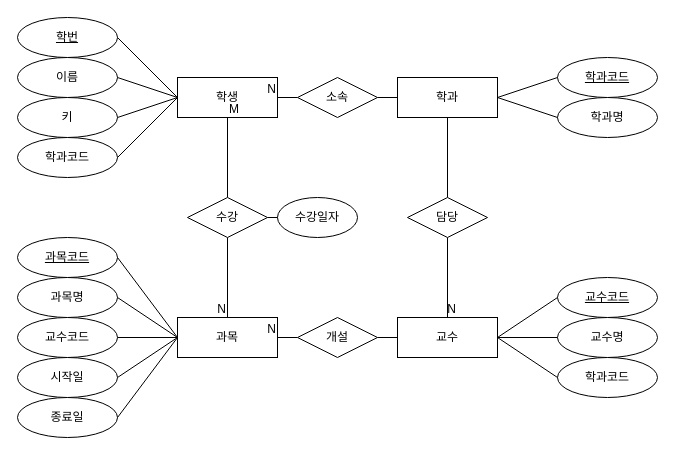
Before: page "학사관리ERD" (3 of 4) of E-R D/hanbit.drawio in kkm01054354772-dev/database, a draw.io diagram. Source tidied: cells renumbered, new cells numbered last; positions are measured from the earlier drawing's top-left corner, leaving out a move shared by most shapes. Both pictures are drawn from the tidied source at 100%, with x=0, y=0 at pixel (17, 17).
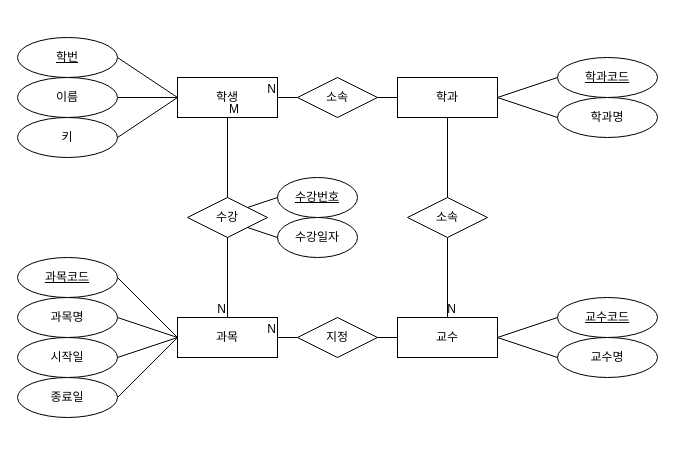
Above is the later version.

The change refers to these unchanged cells:
```xml
<mxCell id="2" value="학생" style="whiteSpace=wrap;html=1;align=center;" parent="1" vertex="1">
  <mxGeometry x="160" y="60" width="100" height="40" as="geometry" />
</mxCell>
<mxCell id="16" value="교수" style="whiteSpace=wrap;html=1;align=center;" parent="1" vertex="1">
  <mxGeometry x="380" y="300" width="100" height="40" as="geometry" />
</mxCell>
<mxCell id="20" value="과목" style="whiteSpace=wrap;html=1;align=center;" parent="1" vertex="1">
  <mxGeometry x="160" y="300" width="100" height="40" as="geometry" />
</mxCell>
<mxCell id="44" value="수강" style="shape=rhombus;perimeter=rhombusPerimeter;whiteSpace=wrap;html=1;align=center;" parent="1" vertex="1">
  <mxGeometry x="170" y="180" width="80" height="40" as="geometry" />
</mxCell>
```

Diff of the diagram source:
```diff
@@
     <mxCell id="3" value="학번" style="ellipse;whiteSpace=wrap;html=1;align=center;fontStyle=4;" parent="1" vertex="1">
-      <mxGeometry width="100" height="40" as="geometry" />
+      <mxGeometry y="20" width="100" height="40" as="geometry" />
     </mxCell>
     <mxCell id="4" value="이름" style="ellipse;whiteSpace=wrap;html=1;align=center;" parent="1" vertex="1">
-      <mxGeometry y="40" width="100" height="40" as="geometry" />
+      <mxGeometry y="60" width="100" height="40" as="geometry" />
     </mxCell>
     <mxCell id="5" value="키" style="ellipse;whiteSpace=wrap;html=1;align=center;" parent="1" vertex="1">
-      <mxGeometry y="80" width="100" height="40" as="geometry" />
+      <mxGeometry y="100" width="100" height="40" as="geometry" />
     </mxCell>
-    <mxCell id="6" value="학과코드" style="ellipse;whiteSpace=wrap;html=1;align=center;" parent="1" vertex="1">
-      <mxGeometry y="120" width="100" height="40" as="geometry" />
-    </mxCell>
@@
-    <mxCell id="10" style="endArrow=none;html=1;rounded=0;exitX=1;exitY=0.5;exitDx=0;exitDy=0;entryX=0;entryY=0.5;entryDx=0;entryDy=0;" parent="1" edge="1" source="6" target="2">
-      <mxGeometry relative="1" as="geometry" />
-    </mxCell>
@@
     <mxCell id="17" value="교수코드" style="ellipse;whiteSpace=wrap;html=1;align=center;fontStyle=4;" parent="1" vertex="1">
-      <mxGeometry x="540" y="260" width="100" height="40" as="geometry" />
+      <mxGeometry x="540" y="280" width="100" height="40" as="geometry" />
     </mxCell>
     <mxCell id="18" value="교수명" style="ellipse;whiteSpace=wrap;html=1;align=center;" parent="1" vertex="1">
-      <mxGeometry x="540" y="300" width="100" height="40" as="geometry" />
+      <mxGeometry x="540" y="320" width="100" height="40" as="geometry" />
     </mxCell>
-    <mxCell id="19" value="학과코드" style="ellipse;whiteSpace=wrap;html=1;align=center;" parent="1" vertex="1">
-      <mxGeometry x="540" y="340" width="100" height="40" as="geometry" />
-    </mxCell>
@@
     <mxCell id="21" value="과목코드" style="ellipse;whiteSpace=wrap;html=1;align=center;fontStyle=4;" parent="1" vertex="1">
-      <mxGeometry y="220" width="100" height="40" as="geometry" />
+      <mxGeometry y="240" width="100" height="40" as="geometry" />
     </mxCell>
-    <mxCell id="22" value="교수코드" style="ellipse;whiteSpace=wrap;html=1;align=center;" parent="1" vertex="1">
-      <mxGeometry y="300" width="100" height="40" as="geometry" />
-    </mxCell>
     <mxCell id="23" value="과목명" style="ellipse;whiteSpace=wrap;html=1;align=center;" parent="1" vertex="1">
-      <mxGeometry y="260" width="100" height="40" as="geometry" />
+      <mxGeometry y="280" width="100" height="40" as="geometry" />
     </mxCell>
     <mxCell id="24" value="종료일" style="ellipse;whiteSpace=wrap;html=1;align=center;" parent="1" vertex="1">
-      <mxGeometry y="380" width="100" height="40" as="geometry" />
+      <mxGeometry y="360" width="100" height="40" as="geometry" />
     </mxCell>
     <mxCell id="25" value="시작일" style="ellipse;whiteSpace=wrap;html=1;align=center;" parent="1" vertex="1">
-      <mxGeometry y="340" width="100" height="40" as="geometry" />
+      <mxGeometry y="320" width="100" height="40" as="geometry" />
     </mxCell>
@@
-    <mxCell id="28" style="endArrow=none;html=1;rounded=0;exitX=0;exitY=0.5;exitDx=0;exitDy=0;entryX=1;entryY=0.5;entryDx=0;entryDy=0;" parent="1" edge="1" source="19" target="16">
-      <mxGeometry relative="1" as="geometry" />
-    </mxCell>
@@
-    <mxCell id="32" style="endArrow=none;html=1;rounded=0;exitX=1;exitY=0.5;exitDx=0;exitDy=0;entryX=0;entryY=0.5;entryDx=0;entryDy=0;" parent="1" edge="1" source="22" target="20">
-      <mxGeometry relative="1" as="geometry" />
-    </mxCell>
@@
     <mxCell id="45" value="수강일자" style="ellipse;whiteSpace=wrap;html=1;align=center;" parent="1" vertex="1">
-      <mxGeometry x="260" y="180" width="80" height="40" as="geometry" />
+      <mxGeometry x="260" y="200" width="80" height="40" as="geometry" />
     </mxCell>
-    <mxCell id="46" style="endArrow=none;html=1;rounded=0;exitX=1;exitY=0.5;exitDx=0;exitDy=0;entryX=0;entryY=0.5;entryDx=0;entryDy=0;" parent="1" edge="1" source="44" target="45">
+    <mxCell id="46" style="endArrow=none;html=1;rounded=0;exitX=1;exitY=1;exitDx=0;exitDy=0;entryX=0;entryY=0.5;entryDx=0;entryDy=0;" parent="1" edge="1" source="44" target="45">
       <mxGeometry relative="1" as="geometry" />
     </mxCell>
@@
-    <mxCell id="50" value="담당" style="shape=rhombus;perimeter=rhombusPerimeter;whiteSpace=wrap;html=1;align=center;" parent="1" vertex="1">
+    <mxCell id="50" value="소속" style="shape=rhombus;perimeter=rhombusPerimeter;whiteSpace=wrap;html=1;align=center;" parent="1" vertex="1">
       <mxGeometry x="390" y="180" width="80" height="40" as="geometry" />
     </mxCell>
@@
-    <mxCell id="52" value="개설" style="shape=rhombus;perimeter=rhombusPerimeter;whiteSpace=wrap;html=1;align=center;" parent="1" vertex="1">
+    <mxCell id="52" value="지정" style="shape=rhombus;perimeter=rhombusPerimeter;whiteSpace=wrap;html=1;align=center;" parent="1" vertex="1">
       <mxGeometry x="280" y="300" width="80" height="40" as="geometry" />
     </mxCell>
+    <mxCell id="53" value="수강번호" style="ellipse;whiteSpace=wrap;html=1;align=center;fontStyle=4;" parent="1" vertex="1">
+      <mxGeometry x="260" y="160" width="80" height="40" as="geometry" />
+    </mxCell>
+    <mxCell id="54" style="endArrow=none;html=1;rounded=0;exitX=1;exitY=0;exitDx=0;exitDy=0;entryX=0;entryY=0.5;entryDx=0;entryDy=0;" parent="1" edge="1" source="44" target="53">
+      <mxGeometry relative="1" as="geometry" />
+    </mxCell>
```
